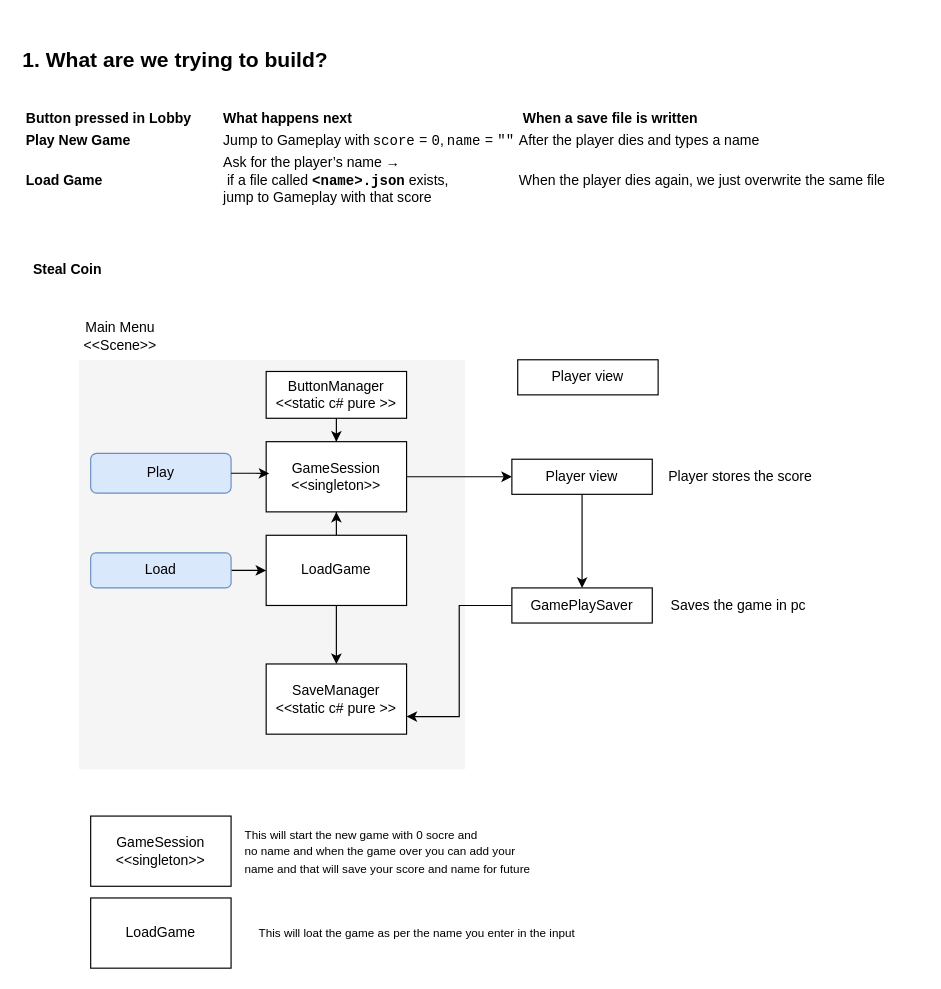
Above: User flow and UML/Save and load(Stead Coins) UML.drawio in Bhusan1225/Json_StealCoin (draw.io), before the change. Source tidied: cells renumbered, new cells numbered last; positions are measured from the earlier drawing's top-left corner, leaving out a move shared by most shapes. Both pictures are drawn from the tidied source at 117%, with x=0, y=0 at pixel (20, 20).
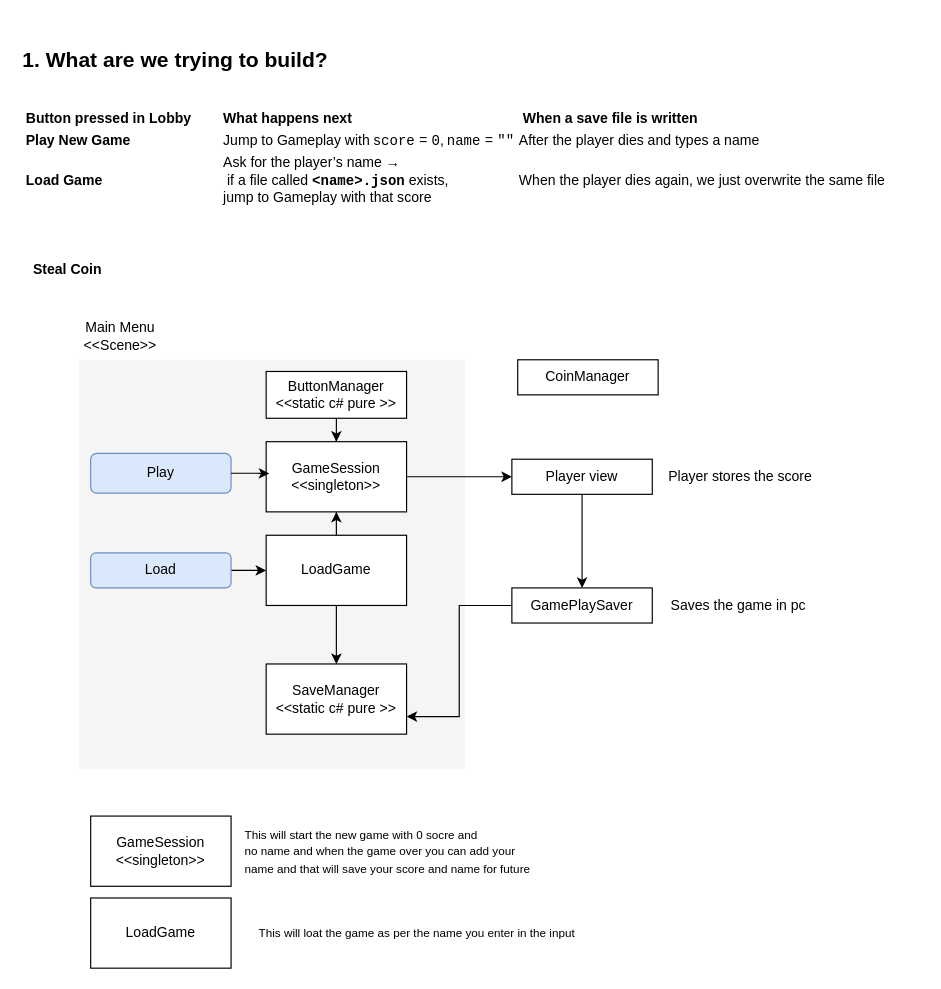
The same page after the edit.

Diff of the diagram source:
```diff
@@
-    <mxCell id="28" value="Player view" style="rounded=0;whiteSpace=wrap;html=1;" parent="1" vertex="1">
+    <mxCell id="28" value="CoinManager" style="rounded=0;whiteSpace=wrap;html=1;" parent="1" vertex="1">
       <mxGeometry x="425" y="290" width="120" height="30" as="geometry" />
     </mxCell>
```
